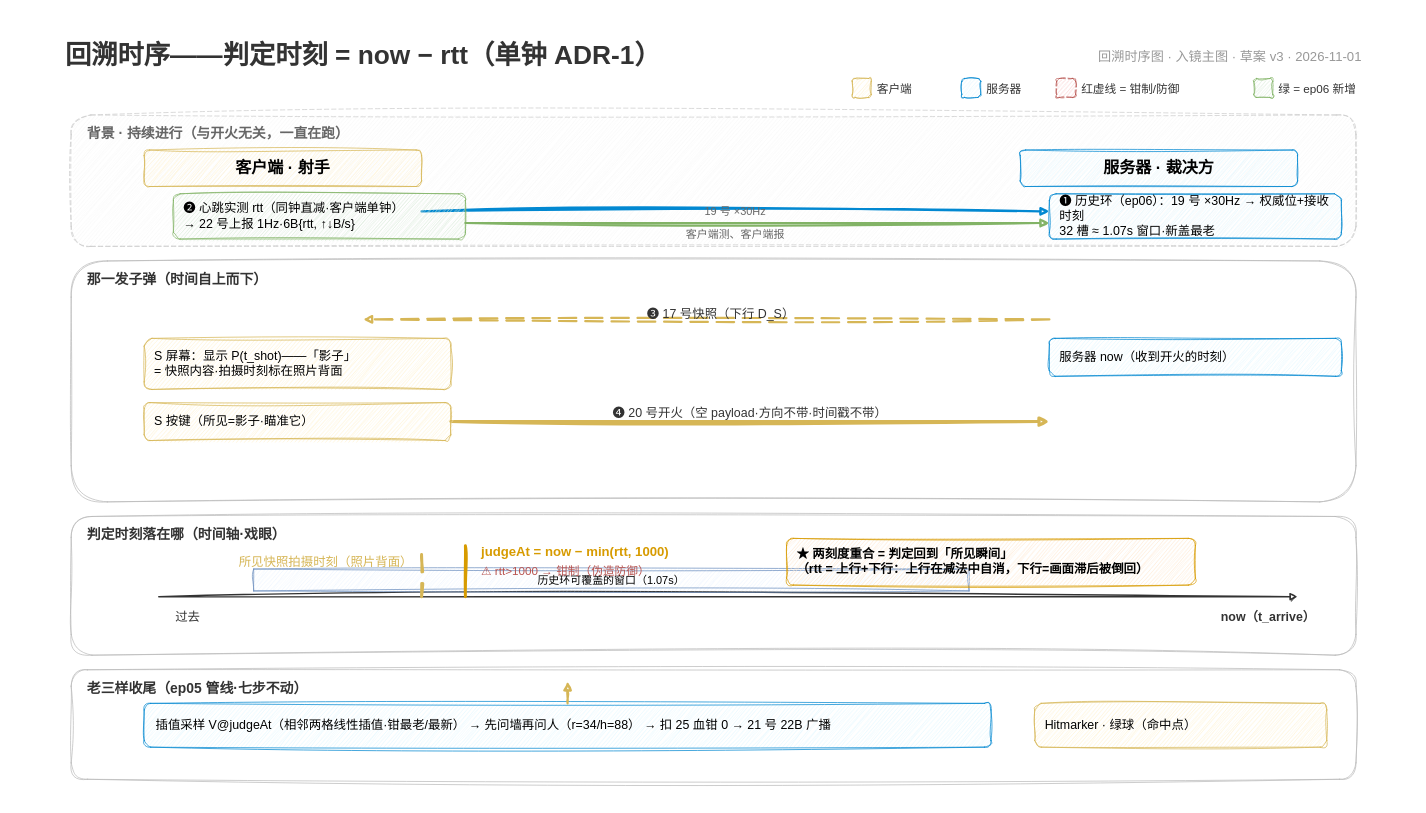
x-PiXiu/Sightline keeps this draw.io diagram as docs/episodes/ep06/rewind_sequence.drawio. Above is the earlier version. Source tidied: cells renumbered, new cells numbered last; positions are measured from the earlier drawing's top-left corner, leaving out a move shared by most shapes. Both pictures are drawn from the tidied source at 73%, with x=0, y=0 at pixel (12, 12).
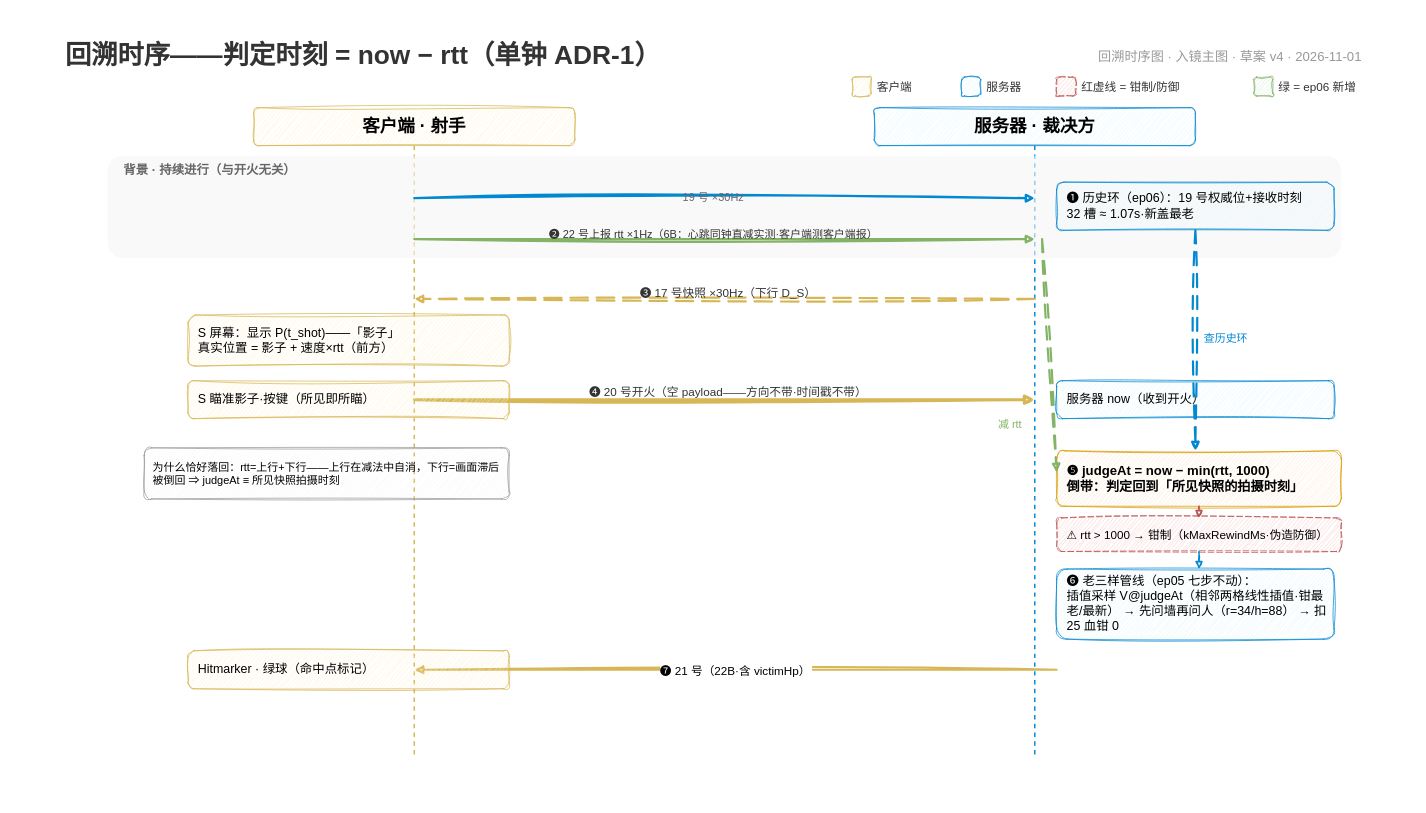
The same diagram, later.

Commit message (it also covers changes not shown here):
rewind_sequence v4（用户令'怎么不是泳道图了·改回去'）：恢复 v2 泳道骨架（双泳道头+生命线+框骑线+箭头生命线到生命线）——保留 v3 真改进：背景分区底色（❶❷持续进行与开火无关）/judgeAt 恒等式旁注框（上行自消·下行倒回一句话）/钳制独立框红虚线；灯位帧帧表 v4 八帧 t5r_0~7（judge+clamp 同帧 t5r_5）

What changed in the source:
```diff
@@
-    <mxCell id="4" value="回溯时序图 · 入镜主图 · 草案 v3 · 2026-11-01" style="text;fontSize=18;fontColor=#999999;align=right;whiteSpace=wrap;" parent="1" vertex="1">
+    <mxCell id="4" value="回溯时序图 · 入镜主图 · 草案 v4 · 2026-11-01" style="text;fontSize=18;fontColor=#999999;align=right;whiteSpace=wrap;" parent="1" vertex="1">
       <mxGeometry x="1350" y="44" width="500" height="34" as="geometry" />
     </mxCell>
     <mxCell id="5" style="rounded=1;fillColor=#fff2cc;strokeColor=#d6b656;sketch=1;curveFitting=1;jiggle=2;" parent="1" vertex="1">
-      <mxGeometry x="1150" y="90" width="26" height="26" as="geometry" />
+      <mxGeometry x="1150" y="88" width="26" height="26" as="geometry" />
     </mxCell>
     <mxCell id="6" value="客户端" style="text;fontSize=16;fontColor=#333333;align=left;whiteSpace=wrap;" parent="1" vertex="1">
-      <mxGeometry x="1182" y="88" width="100" height="30" as="geometry" />
+      <mxGeometry x="1182" y="86" width="100" height="30" as="geometry" />
     </mxCell>
     <mxCell id="7" style="rounded=1;fillColor=#e1f5fe;strokeColor=#0288d1;sketch=1;curveFitting=1;jiggle=2;" parent="1" vertex="1">
-      <mxGeometry x="1300" y="90" width="26" height="26" as="geometry" />
+      <mxGeometry x="1300" y="88" width="26" height="26" as="geometry" />
     </mxCell>
     <mxCell id="8" value="服务器" style="text;fontSize=16;fontColor=#333333;align=left;whiteSpace=wrap;" parent="1" vertex="1">
-      <mxGeometry x="1332" y="88" width="100" height="30" as="geometry" />
+      <mxGeometry x="1332" y="86" width="100" height="30" as="geometry" />
     </mxCell>
     <mxCell id="9" style="rounded=1;fillColor=#f8cecc;strokeColor=#b85450;dashed=1;dashPattern=8 4;sketch=1;curveFitting=1;jiggle=2;" parent="1" vertex="1">
-      <mxGeometry x="1430" y="90" width="26" height="26" as="geometry" />
+      <mxGeometry x="1430" y="88" width="26" height="26" as="geometry" />
     </mxCell>
     <mxCell id="10" value="红虚线 = 钳制/防御" style="text;fontSize=16;fontColor=#333333;align=left;whiteSpace=wrap;" parent="1" vertex="1">
-      <mxGeometry x="1462" y="88" width="220" height="30" as="geometry" />
+      <mxGeometry x="1462" y="86" width="220" height="30" as="geometry" />
     </mxCell>
     <mxCell id="11" style="rounded=1;fillColor=#d5e8d4;strokeColor=#82b366;sketch=1;curveFitting=1;jiggle=2;" parent="1" vertex="1">
-      <mxGeometry x="1700" y="90" width="26" height="26" as="geometry" />
+      <mxGeometry x="1700" y="88" width="26" height="26" as="geometry" />
     </mxCell>
     <mxCell id="12" value="绿 = ep06 新增" style="text;fontSize=16;fontColor=#333333;align=left;whiteSpace=wrap;" parent="1" vertex="1">
-      <mxGeometry x="1732" y="88" width="160" height="30" as="geometry" />
+      <mxGeometry x="1732" y="86" width="160" height="30" as="geometry" />
     </mxCell>
+    <mxCell id="15" value="客户端 · 射手" style="rounded=1;whiteSpace=wrap;fillColor=#fff2cc;strokeColor=#d6b656;fontSize=24;fontStyle=1;sketch=1;curveFitting=1;jiggle=2;" parent="1" vertex="1">
+      <mxGeometry x="330" y="130" width="440" height="52" as="geometry" />
+    </mxCell>
+    <mxCell id="16" value="服务器 · 裁决方" style="rounded=1;whiteSpace=wrap;fillColor=#e1f5fe;strokeColor=#0288d1;fontSize=24;fontStyle=1;sketch=1;curveFitting=1;jiggle=2;" parent="1" vertex="1">
+      <mxGeometry x="1180" y="130" width="440" height="52" as="geometry" />
+    </mxCell>
+    <mxCell id="49" style="endArrow=none;dashed=1;strokeColor=#d6b656;strokeWidth=2;" parent="1" edge="1">
+      <mxGeometry relative="1" as="geometry">
+        <mxPoint x="550" y="182" as="sourcePoint" />
+        <mxPoint x="550" y="1022" as="targetPoint" />
+      </mxGeometry>
+    </mxCell>
+    <mxCell id="50" style="endArrow=none;dashed=1;strokeColor=#0288d1;strokeWidth=2;" parent="1" edge="1">
+      <mxGeometry relative="1" as="geometry">
+        <mxPoint x="1400" y="182" as="sourcePoint" />
+        <mxPoint x="1400" y="1022" as="targetPoint" />
+      </mxGeometry>
+    </mxCell>
-    <mxCell id="13" style="rounded=1;fillColor=#f5f5f5;strokeColor=#cccccc;dashed=1;dashPattern=6 4;sketch=1;curveFitting=1;jiggle=2;" parent="1" vertex="1">
-      <mxGeometry x="80" y="140" width="1760" height="180" as="geometry" />
+    <mxCell id="13" style="rounded=1;fillColor=#f5f5f5;strokeColor=none;opacity=60;" parent="1" vertex="1">
+      <mxGeometry x="130" y="196" width="1690" height="140" as="geometry" />
     </mxCell>
-    <mxCell id="14" value="背景 · 持续进行（与开火无关，一直在跑）" style="text;fontSize=19;fontStyle=1;fontColor=#666666;align=left;whiteSpace=wrap;" parent="1" vertex="1">
-      <mxGeometry x="100" y="148" width="560" height="30" as="geometry" />
+    <mxCell id="14" value="背景 · 持续进行（与开火无关）" style="text;fontSize=17;fontStyle=1;fontColor=#666666;align=left;whiteSpace=wrap;" parent="1" vertex="1">
+      <mxGeometry x="150" y="200" width="460" height="28" as="geometry" />
     </mxCell>
-    <mxCell id="15" value="客户端 · 射手" style="rounded=1;whiteSpace=wrap;fillColor=#fff2cc;strokeColor=#d6b656;fontSize=22;fontStyle=1;sketch=1;curveFitting=1;jiggle=2;" parent="1" vertex="1">
-      <mxGeometry x="180" y="188" width="380" height="50" as="geometry" />
-    </mxCell>
-    <mxCell id="16" value="服务器 · 裁决方" style="rounded=1;whiteSpace=wrap;fillColor=#e1f5fe;strokeColor=#0288d1;fontSize=22;fontStyle=1;sketch=1;curveFitting=1;jiggle=2;" parent="1" vertex="1">
-      <mxGeometry x="1380" y="188" width="380" height="50" as="geometry" />
-    </mxCell>
-    <mxCell id="17" value="❶ 历史环（ep06）：19 号 ×30Hz → 权威位+接收时刻&#10;32 槽 ≈ 1.07s 窗口·新盖最老" style="rounded=1;whiteSpace=wrap;fillColor=#e1f5fe;strokeColor=#0288d1;fontSize=17;sketch=1;curveFitting=1;jiggle=2;align=left;spacingLeft=12;" parent="1" vertex="1">
-      <mxGeometry x="1420" y="248" width="400" height="62" as="geometry" />
+    <mxCell id="17" value="❶ 历史环（ep06）：19 号权威位+接收时刻&#10;32 槽 ≈ 1.07s·新盖最老" style="rounded=1;whiteSpace=wrap;fillColor=#e1f5fe;strokeColor=#0288d1;fontSize=17;sketch=1;curveFitting=1;jiggle=2;align=left;spacingLeft=12;" parent="1" vertex="1">
+      <mxGeometry x="1430" y="232" width="380" height="66" as="geometry" />
     </mxCell>
     <mxCell id="18" style="endArrow=block;strokeWidth=3;strokeColor=#0288d1;sketch=1;curveFitting=1;jiggle=2;" parent="1" edge="1">
       <mxGeometry relative="1" as="geometry">
-        <mxPoint x="560" y="272" as="sourcePoint" />
-        <mxPoint x="1420" y="272" as="targetPoint" />
+        <mxPoint x="550" y="254" as="sourcePoint" />
+        <mxPoint x="1400" y="254" as="targetPoint" />
       </mxGeometry>
     </mxCell>
     <mxCell id="19" value="19 号 ×30Hz" style="text;fontSize=15;fontColor=#666666;align=center;whiteSpace=wrap;" parent="1" vertex="1">
-      <mxGeometry x="880" y="256" width="220" height="26" as="geometry" />
+      <mxGeometry x="850" y="238" width="220" height="26" as="geometry" />
     </mxCell>
-    <mxCell id="20" value="❷ 心跳实测 rtt（同钟直减·客户端单钟）&#10;→ 22 号上报 1Hz·6B{rtt, ↑↓B/s}" style="rounded=1;whiteSpace=wrap;fillColor=#d5e8d4;strokeColor=#82b366;fontSize=17;sketch=1;curveFitting=1;jiggle=2;align=left;spacingLeft=12;" parent="1" vertex="1">
-      <mxGeometry x="220" y="248" width="400" height="62" as="geometry" />
-    </mxCell>
     <mxCell id="21" style="endArrow=block;strokeWidth=3;strokeColor=#82b366;sketch=1;curveFitting=1;jiggle=2;" parent="1" edge="1">
       <mxGeometry relative="1" as="geometry">
-        <mxPoint x="620" y="288" as="sourcePoint" />
-        <mxPoint x="1420" y="288" as="targetPoint" />
+        <mxPoint x="550" y="310" as="sourcePoint" />
+        <mxPoint x="1400" y="310" as="targetPoint" />
       </mxGeometry>
     </mxCell>
-    <mxCell id="22" value="客户端测、客户端报" style="text;fontSize=15;fontColor=#666666;align=center;whiteSpace=wrap;" parent="1" vertex="1">
-      <mxGeometry x="880" y="288" width="220" height="26" as="geometry" />
+    <mxCell id="22" value="❷ 22 号上报 rtt ×1Hz（6B：心跳同钟直减实测·客户端测客户端报）" style="text;fontSize=15;fontColor=#333333;align=center;whiteSpace=wrap;" parent="1" vertex="1">
+      <mxGeometry x="640" y="288" width="640" height="26" as="geometry" />
     </mxCell>
-    <mxCell id="23" style="rounded=1;fillColor=#ffffff;strokeColor=#bbbbbb;sketch=1;curveFitting=1;jiggle=2;" parent="1" vertex="1">
-      <mxGeometry x="80" y="340" width="1760" height="330" as="geometry" />
-    </mxCell>
-    <mxCell id="24" value="那一发子弹（时间自上而下）" style="text;fontSize=19;fontStyle=1;fontColor=#333333;align=left;whiteSpace=wrap;" parent="1" vertex="1">
-      <mxGeometry x="100" y="348" width="480" height="30" as="geometry" />
-    </mxCell>
     <mxCell id="25" style="endArrow=block;strokeWidth=3;strokeColor=#d6b656;dashed=1;dashPattern=8 4;sketch=1;curveFitting=1;jiggle=2;" parent="1" edge="1">
       <mxGeometry relative="1" as="geometry">
-        <mxPoint x="1420" y="420" as="sourcePoint" />
-        <mxPoint x="480" y="420" as="targetPoint" />
+        <mxPoint x="1400" y="392" as="sourcePoint" />
+        <mxPoint x="550" y="392" as="targetPoint" />
       </mxGeometry>
     </mxCell>
-    <mxCell id="26" value="❸ 17 号快照（下行 D_S）" style="text;fontSize=17;fontColor=#333333;align=center;whiteSpace=wrap;" parent="1" vertex="1">
-      <mxGeometry x="800" y="396" width="340" height="28" as="geometry" />
+    <mxCell id="26" value="❸ 17 号快照 ×30Hz（下行 D_S）" style="text;fontSize=16;fontColor=#333333;align=center;whiteSpace=wrap;" parent="1" vertex="1">
+      <mxGeometry x="800" y="368" width="360" height="26" as="geometry" />
     </mxCell>
-    <mxCell id="27" value="S 屏幕：显示 P(t_shot)——「影子」&#10;= 快照内容·拍摄时刻标在照片背面" style="rounded=1;whiteSpace=wrap;fillColor=#fff2cc;strokeColor=#d6b656;fontSize=17;sketch=1;curveFitting=1;jiggle=2;align=left;spacingLeft=12;" parent="1" vertex="1">
-      <mxGeometry x="180" y="446" width="420" height="70" as="geometry" />
+    <mxCell id="27" value="S 屏幕：显示 P(t_shot)——「影子」&#10;真实位置 = 影子 + 速度×rtt（前方）" style="rounded=1;whiteSpace=wrap;fillColor=#fff2cc;strokeColor=#d6b656;fontSize=17;sketch=1;curveFitting=1;jiggle=2;align=left;spacingLeft=12;" parent="1" vertex="1">
+      <mxGeometry x="240" y="414" width="440" height="70" as="geometry" />
     </mxCell>
-    <mxCell id="28" value="服务器 now（收到开火的时刻）" style="rounded=1;whiteSpace=wrap;fillColor=#e1f5fe;strokeColor=#0288d1;fontSize=17;sketch=1;curveFitting=1;jiggle=2;align=left;spacingLeft=12;" parent="1" vertex="1">
-      <mxGeometry x="1420" y="446" width="400" height="52" as="geometry" />
-    </mxCell>
     <mxCell id="29" style="endArrow=block;strokeWidth=4;strokeColor=#d6b656;sketch=1;curveFitting=1;jiggle=2;" parent="1" edge="1">
       <mxGeometry relative="1" as="geometry">
-        <mxPoint x="600" y="560" as="sourcePoint" />
-        <mxPoint x="1420" y="560" as="targetPoint" />
+        <mxPoint x="550" y="530" as="sourcePoint" />
+        <mxPoint x="1400" y="530" as="targetPoint" />
       </mxGeometry>
     </mxCell>
-    <mxCell id="30" value="❹ 20 号开火（空 payload·方向不带·时间戳不带）" style="text;fontSize=17;fontColor=#333333;align=center;whiteSpace=wrap;" parent="1" vertex="1">
-      <mxGeometry x="700" y="532" width="620" height="28" as="geometry" />
+    <mxCell id="30" value="❹ 20 号开火（空 payload——方向不带·时间戳不带）" style="text;fontSize=16;fontColor=#333333;align=center;whiteSpace=wrap;" parent="1" vertex="1">
+      <mxGeometry x="700" y="504" width="560" height="26" as="geometry" />
     </mxCell>
-    <mxCell id="31" value="S 按键（所见=影子·瞄准它）" style="rounded=1;whiteSpace=wrap;fillColor=#fff2cc;strokeColor=#d6b656;fontSize=17;sketch=1;curveFitting=1;jiggle=2;align=left;spacingLeft=12;" parent="1" vertex="1">
-      <mxGeometry x="180" y="534" width="420" height="52" as="geometry" />
+    <mxCell id="31" value="S 瞄准影子·按键（所见即所瞄）" style="rounded=1;whiteSpace=wrap;fillColor=#fff2cc;strokeColor=#d6b656;fontSize=17;sketch=1;curveFitting=1;jiggle=2;align=left;spacingLeft=12;" parent="1" vertex="1">
+      <mxGeometry x="240" y="504" width="440" height="52" as="geometry" />
     </mxCell>
-    <mxCell id="32" style="rounded=1;fillColor=#ffffff;strokeColor=#bbbbbb;sketch=1;curveFitting=1;jiggle=2;" parent="1" vertex="1">
-      <mxGeometry x="80" y="690" width="1760" height="190" as="geometry" />
-    </mxCell>
-    <mxCell id="33" value="判定时刻落在哪（时间轴·戏眼）" style="text;fontSize=19;fontStyle=1;fontColor=#333333;align=left;whiteSpace=wrap;" parent="1" vertex="1">
-      <mxGeometry x="100" y="698" width="480" height="30" as="geometry" />
-    </mxCell>
-    <mxCell id="34" style="endArrow=block;strokeWidth=2;strokeColor=#333333;sketch=1;curveFitting=1;jiggle=2;" parent="1" edge="1">
-      <mxGeometry relative="1" as="geometry">
-        <mxPoint x="200" y="800" as="sourcePoint" />
-        <mxPoint x="1760" y="800" as="targetPoint" />
-      </mxGeometry>
-    </mxCell>
-    <mxCell id="35" value="过去" style="text;fontSize=17;fontColor=#333333;align=center;whiteSpace=wrap;" parent="1" vertex="1">
-      <mxGeometry x="200" y="812" width="80" height="28" as="geometry" />
-    </mxCell>
-    <mxCell id="36" value="now（t_arrive）" style="text;fontSize=17;fontStyle=1;fontColor=#333333;align=center;whiteSpace=wrap;" parent="1" vertex="1">
-      <mxGeometry x="1640" y="812" width="160" height="28" as="geometry" />
-    </mxCell>
-    <mxCell id="37" value="历史环可覆盖的窗口（1.07s）" style="rounded=0;fillColor=#dae8fc;fillOpacity=55;strokeColor=#6c8ebf;fontSize=15;sketch=1;curveFitting=1;jiggle=2;" parent="1" vertex="1">
-      <mxGeometry x="330" y="762" width="980" height="30" as="geometry" />
-    </mxCell>
-    <mxCell id="38" style="endArrow=none;strokeWidth=4;strokeColor=#d79b00;sketch=1;curveFitting=1;jiggle=2;" parent="1" edge="1">
-      <mxGeometry relative="1" as="geometry">
-        <mxPoint x="620" y="730" as="sourcePoint" />
-        <mxPoint x="620" y="800" as="targetPoint" />
-      </mxGeometry>
-    </mxCell>
-    <mxCell id="39" value="judgeAt = now − min(rtt, 1000)" style="text;fontSize=18;fontStyle=1;fontColor=#d79b00;align=left;whiteSpace=wrap;" parent="1" vertex="1">
-      <mxGeometry x="640" y="722" width="400" height="30" as="geometry" />
-    </mxCell>
-    <mxCell id="40" style="endArrow=none;strokeWidth=4;strokeColor=#d6b656;dashed=1;dashPattern=6 4;sketch=1;curveFitting=1;jiggle=2;" parent="1" edge="1">
-      <mxGeometry relative="1" as="geometry">
-        <mxPoint x="560" y="742" as="sourcePoint" />
-        <mxPoint x="560" y="800" as="targetPoint" />
-      </mxGeometry>
-    </mxCell>
-    <mxCell id="41" value="所见快照拍摄时刻（照片背面）" style="text;fontSize=17;fontColor=#d6b656;align=right;whiteSpace=wrap;" parent="1" vertex="1">
-      <mxGeometry x="230" y="736" width="320" height="28" as="geometry" />
-    </mxCell>
-    <mxCell id="42" value="★ 两刻度重合 = 判定回到「所见瞬间」&#10;（rtt = 上行+下行：上行在减法中自消，下行=画面滞后被倒回）" style="rounded=1;whiteSpace=wrap;fillColor=#ffe6cc;strokeColor=#d79b00;fontSize=17;fontStyle=1;sketch=1;curveFitting=1;jiggle=2;align=left;spacingLeft=12;" parent="1" vertex="1">
-      <mxGeometry x="1060" y="720" width="560" height="64" as="geometry" />
-    </mxCell>
-    <mxCell id="43" value="⚠ rtt&gt;1000 → 钳制（伪造防御）" style="text;fontSize=16;fontColor=#b85450;align=left;whiteSpace=wrap;" parent="1" vertex="1">
-      <mxGeometry x="640" y="748" width="360" height="26" as="geometry" />
-    </mxCell>
-    <mxCell id="44" style="rounded=1;fillColor=#ffffff;strokeColor=#bbbbbb;sketch=1;curveFitting=1;jiggle=2;" parent="1" vertex="1">
-      <mxGeometry x="80" y="900" width="1760" height="150" as="geometry" />
-    </mxCell>
-    <mxCell id="45" value="老三样收尾（ep05 管线·七步不动）" style="text;fontSize=19;fontStyle=1;fontColor=#333333;align=left;whiteSpace=wrap;" parent="1" vertex="1">
-      <mxGeometry x="100" y="908" width="560" height="30" as="geometry" />
-    </mxCell>
+    <mxCell id="28" value="服务器 now（收到开火）" style="rounded=1;whiteSpace=wrap;fillColor=#e1f5fe;strokeColor=#0288d1;fontSize=17;sketch=1;curveFitting=1;jiggle=2;align=left;spacingLeft=12;" parent="1" vertex="1">
+      <mxGeometry x="1430" y="504" width="380" height="52" as="geometry" />
+    </mxCell>
+    <mxCell id="51" value="❺ judgeAt = now − min(rtt, 1000)&#10;倒带：判定回到「所见快照的拍摄时刻」" style="rounded=1;whiteSpace=wrap;fillColor=#ffe6cc;strokeColor=#d79b00;fontSize=18;fontStyle=1;sketch=1;curveFitting=1;jiggle=2;align=left;spacingLeft=12;" parent="1" vertex="1">
+      <mxGeometry x="1430" y="600" width="390" height="76" as="geometry" />
+    </mxCell>
+    <mxCell id="52" style="endArrow=block;strokeWidth=3;strokeColor=#0288d1;dashed=1;dashPattern=6 4;sketch=1;curveFitting=1;jiggle=2;" parent="1" edge="1">
+      <mxGeometry relative="1" as="geometry">
+        <mxPoint x="1620" y="298" as="sourcePoint" />
+        <mxPoint x="1620" y="600" as="targetPoint" />
+      </mxGeometry>
+    </mxCell>
+    <mxCell id="53" value="查历史环" style="text;fontSize=15;fontColor=#0288d1;align=left;whiteSpace=wrap;" parent="1" vertex="1">
+      <mxGeometry x="1630" y="430" width="140" height="26" as="geometry" />
+    </mxCell>
+    <mxCell id="54" style="endArrow=block;strokeWidth=3;strokeColor=#82b366;dashed=1;dashPattern=6 4;sketch=1;curveFitting=1;jiggle=2;" parent="1" edge="1">
+      <mxGeometry relative="1" as="geometry">
+        <mxPoint x="1410" y="310" as="sourcePoint" />
+        <mxPoint x="1430" y="630" as="targetPoint" />
+      </mxGeometry>
+    </mxCell>
+    <mxCell id="55" value="减 rtt" style="text;fontSize=15;fontColor=#82b366;align=left;whiteSpace=wrap;" parent="1" vertex="1">
+      <mxGeometry x="1348" y="548" width="90" height="26" as="geometry" />
+    </mxCell>
+    <mxCell id="56" value="为什么恰好落回：rtt=上行+下行——上行在减法中自消，下行=画面滞后被倒回 ⇒ judgeAt ≡ 所见快照拍摄时刻" style="rounded=1;whiteSpace=wrap;fillColor=#f5f5f5;strokeColor=#999999;fontSize=15;sketch=1;curveFitting=1;jiggle=2;align=left;spacingLeft=10;" parent="1" vertex="1">
+      <mxGeometry x="180" y="596" width="500" height="70" as="geometry" />
+    </mxCell>
+    <mxCell id="57" value="⚠ rtt &gt; 1000 → 钳制（kMaxRewindMs·伪造防御）" style="rounded=1;whiteSpace=wrap;fillColor=#f8cecc;strokeColor=#b85450;fontSize=16;dashed=1;dashPattern=8 4;sketch=1;curveFitting=1;jiggle=2;align=left;spacingLeft=12;" parent="1" vertex="1">
+      <mxGeometry x="1430" y="692" width="390" height="46" as="geometry" />
+    </mxCell>
+    <mxCell id="58" style="endArrow=block;strokeWidth=2;strokeColor=#b85450;dashed=1;dashPattern=6 4;sketch=1;curveFitting=1;jiggle=2;" parent="1" edge="1">
+      <mxGeometry relative="1" as="geometry">
+        <mxPoint x="1625" y="676" as="sourcePoint" />
+        <mxPoint x="1625" y="692" as="targetPoint" />
+      </mxGeometry>
+    </mxCell>
+    <mxCell id="47" style="endArrow=block;strokeWidth=2;strokeColor=#0288d1;sketch=1;curveFitting=1;jiggle=2;" parent="1" edge="1">
+      <mxGeometry relative="1" as="geometry">
+        <mxPoint x="1625" y="738" as="sourcePoint" />
+        <mxPoint x="1625" y="762" as="targetPoint" />
+      </mxGeometry>
+    </mxCell>
-    <mxCell id="46" value="插值采样 V@judgeAt（相邻两格线性插值·钳最老/最新）  →  先问墙再问人（r=34/h=88）  →  扣 25 血钳 0  →  21 号 22B 广播" style="rounded=1;whiteSpace=wrap;fillColor=#e1f5fe;strokeColor=#0288d1;fontSize=17;sketch=1;curveFitting=1;jiggle=2;align=left;spacingLeft=14;" parent="1" vertex="1">
-      <mxGeometry x="180" y="946" width="1160" height="60" as="geometry" />
+    <mxCell id="46" value="❻ 老三样管线（ep05 七步不动）：&#10;插值采样 V@judgeAt（相邻两格线性插值·钳最老/最新） → 先问墙再问人（r=34/h=88） → 扣 25 血钳 0" style="rounded=1;whiteSpace=wrap;fillColor=#e1f5fe;strokeColor=#0288d1;fontSize=17;sketch=1;curveFitting=1;jiggle=2;align=left;spacingLeft=12;" parent="1" vertex="1">
+      <mxGeometry x="1430" y="762" width="380" height="96" as="geometry" />
     </mxCell>
-    <mxCell id="47" style="endArrow=block;strokeWidth=3;strokeColor=#d6b656;sketch=1;curveFitting=1;jiggle=2;" parent="1" edge="1">
-      <mxGeometry relative="1" as="geometry">
-        <mxPoint x="760" y="946" as="sourcePoint" />
-        <mxPoint x="760" y="916" as="targetPoint" />
-      </mxGeometry>
-    </mxCell>
+    <mxCell id="59" value="❼ 21 号（22B·含 victimHp）" style="endArrow=block;strokeWidth=3;strokeColor=#d6b656;sketch=1;curveFitting=1;jiggle=2;fontSize=16;labelBackgroundColor=#ffffff;" parent="1" edge="1">
+      <mxGeometry relative="1" as="geometry">
+        <mxPoint x="1430" y="900" as="sourcePoint" />
+        <mxPoint x="550" y="900" as="targetPoint" />
+      </mxGeometry>
+    </mxCell>
-    <mxCell id="48" value="Hitmarker · 绿球（命中点）" style="rounded=1;whiteSpace=wrap;fillColor=#fff2cc;strokeColor=#d6b656;fontSize=17;sketch=1;curveFitting=1;jiggle=2;align=left;spacingLeft=12;" parent="1" vertex="1">
-      <mxGeometry x="1400" y="946" width="400" height="60" as="geometry" />
+    <mxCell id="48" value="Hitmarker · 绿球（命中点标记）" style="rounded=1;whiteSpace=wrap;fillColor=#fff2cc;strokeColor=#d6b656;fontSize=17;sketch=1;curveFitting=1;jiggle=2;align=left;spacingLeft=12;" parent="1" vertex="1">
+      <mxGeometry x="240" y="874" width="440" height="52" as="geometry" />
     </mxCell>
```
